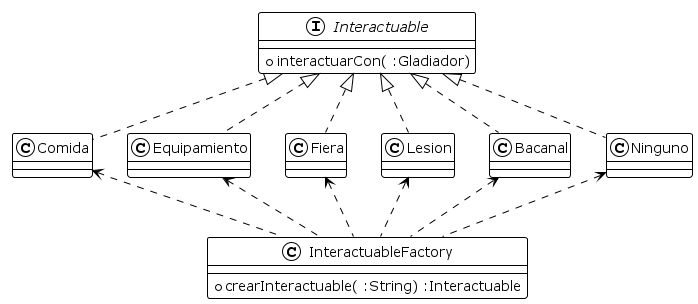
This is diagrams/classes/clase_interactuable.png from lautiland/TP2-ALGO3-ALGOROMA, a PlantUML export, as it was before one commit.
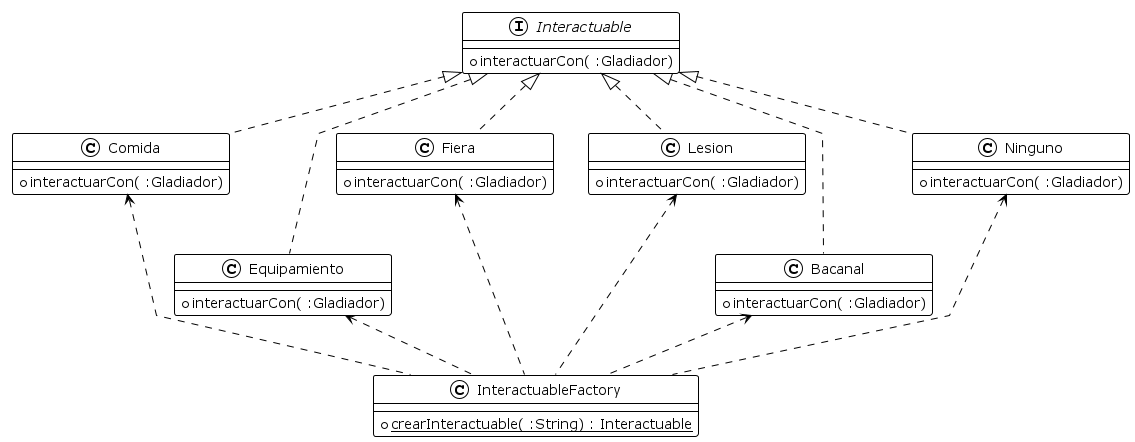
The same diagram one commit later.

Commit message:
correción de diagramas de clase

Change to the diagram source:
```diff
@@ -4,19 +4,43 @@
 
 
 class InteractuableFactory {
-    + crearInteractuable( :String) :Interactuable
+    + {static} crearInteractuable( :String) : Interactuable
+}
+
+class Ninguno {
+    + interactuarCon( :Gladiador)
+}
+
+class Bacanal {
+    + interactuarCon( :Gladiador)
+}
+
+class Lesion {
+    + interactuarCon( :Gladiador)
+}
+
+class Fiera {
+    + interactuarCon( :Gladiador)
+}
+
+class Equipamiento {
+    + interactuarCon( :Gladiador)
+}
+
+class Comida {
+    + interactuarCon( :Gladiador)
 }
 
 interface Interactuable{
     + interactuarCon( :Gladiador)
 }
 
-InteractuableFactory .u.> Ninguno
+InteractuableFactory ..u.> Ninguno
 InteractuableFactory .u.> Bacanal
-InteractuableFactory .u.> Lesion
-InteractuableFactory .u.> Fiera
+InteractuableFactory ..u.> Lesion
+InteractuableFactory ..u.> Fiera
 InteractuableFactory .u.> Equipamiento
-InteractuableFactory .u.> Comida
+InteractuableFactory ..u.> Comida
 
 Interactuable <|.. Bacanal
 Interactuable <|.. Lesion
```
